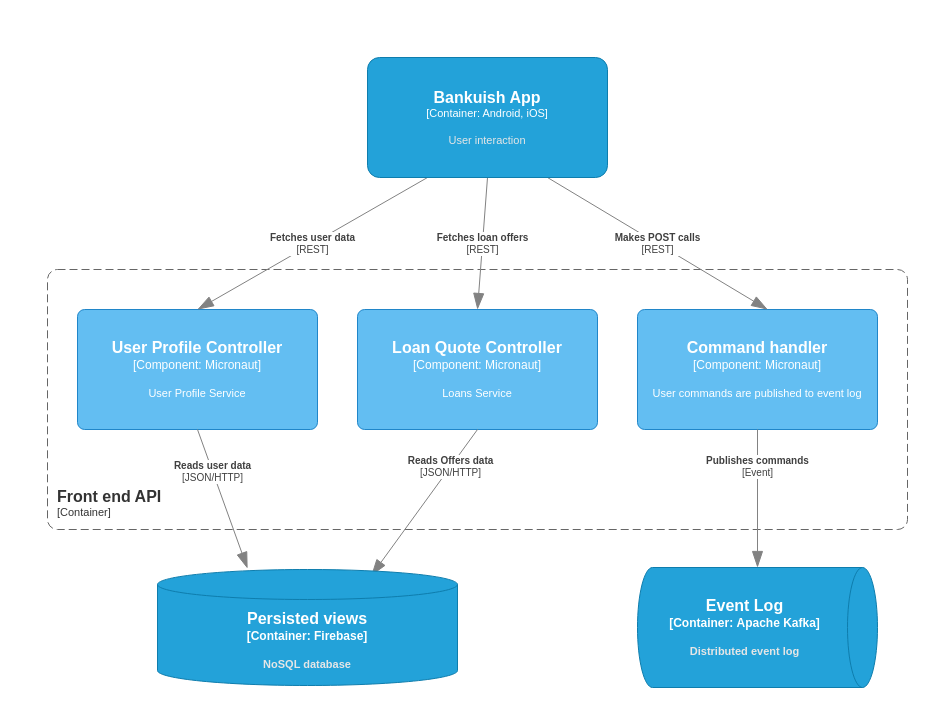
Before: page "Front end API" (4 of 7) of Bankuish C4.drawio in tomasmaroscikas/78ce3649b82c17ac6cf292412ebbdc11, a draw.io diagram. Source tidied: cells renumbered, new cells numbered last; positions are measured from the earlier drawing's top-left corner, leaving out a move shared by most shapes. Both pictures are drawn from the tidied source at 100%, with x=0, y=0 at pixel (47, 57).
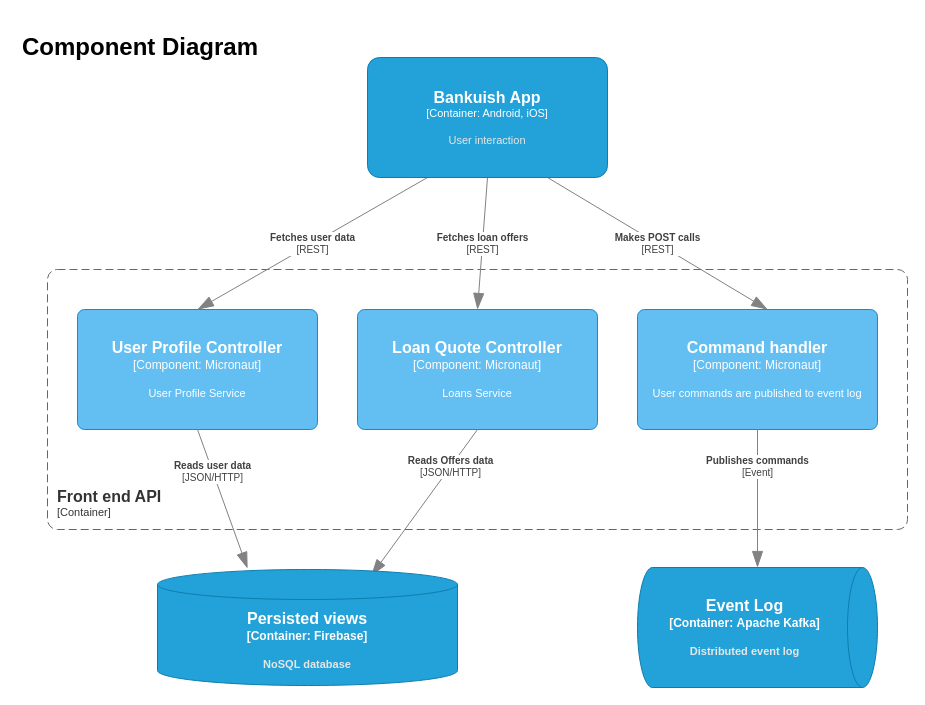
Above is the later version.

The edit, as a diff of the source:
```diff
@@
+    <mxCell id="15" value="&lt;h1&gt;Component Diagram&lt;br&gt;&lt;/h1&gt;" style="text;html=1;strokeColor=none;fillColor=none;spacing=5;spacingTop=-20;whiteSpace=wrap;overflow=hidden;rounded=0;" parent="1" vertex="1">
+      <mxGeometry x="-30" y="-30" width="260" height="50" as="geometry" />
+    </mxCell>
```
